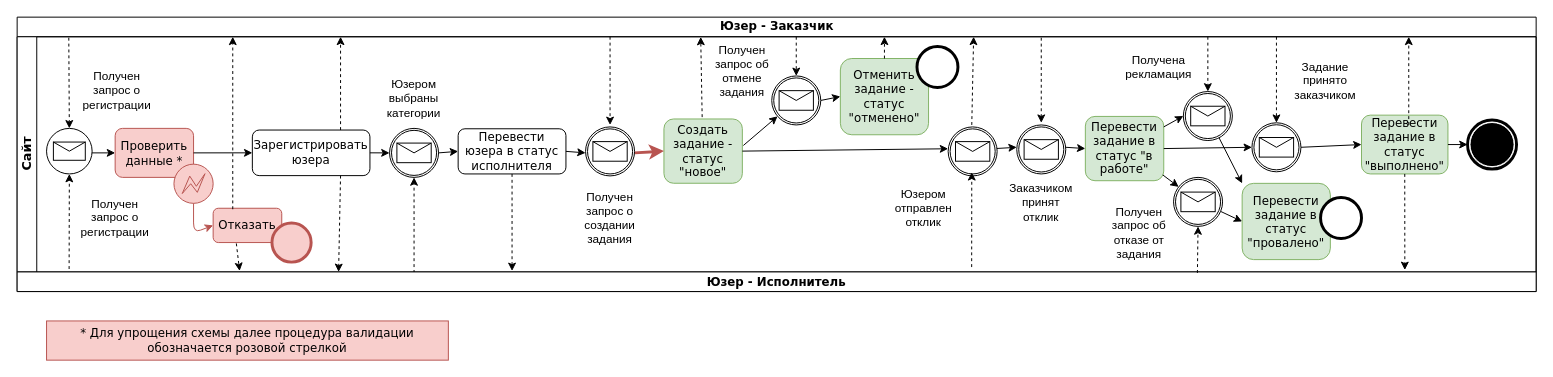
htmlacademy-yii/1820637-task-force-1 keeps this draw.io diagram as Untitled Diagram.drawio. Above is the earlier version. Source tidied: cells renumbered, new cells numbered last; positions are measured from the earlier drawing's top-left corner, leaving out a move shared by most shapes. Both pictures are drawn from the tidied source at 98%, with x=0, y=0 at pixel (17, 17).
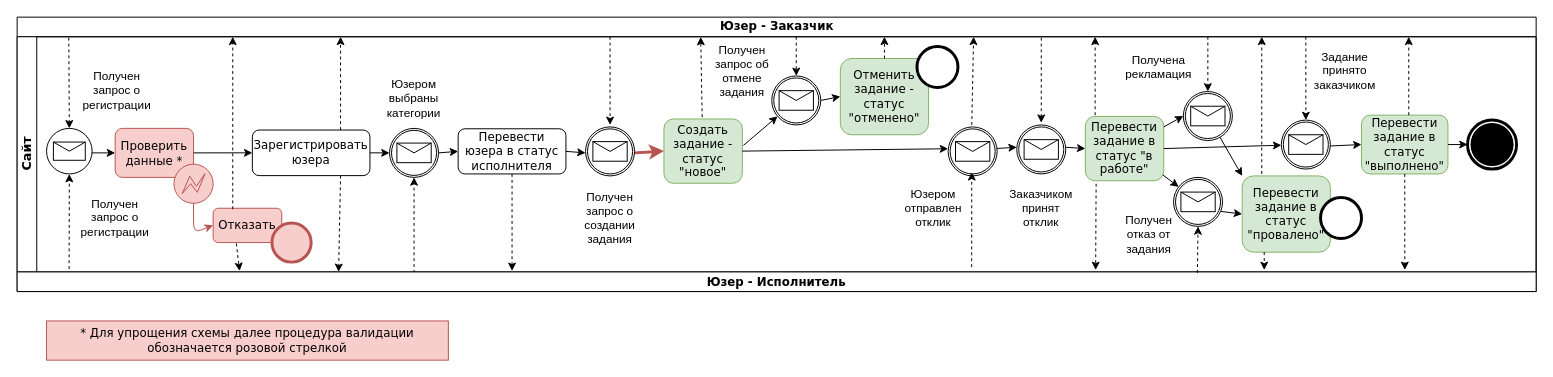
The same diagram, later.

Unchanged cells that the change refers to:
```xml
<mxCell id="2" value="&lt;font style=&quot;font-size: 12px&quot;&gt;Юзер - Заказчик&lt;/font&gt;" style="swimlane;html=1;horizontal=1;startSize=20;rounded=0;shadow=0;labelBackgroundColor=none;strokeWidth=1;fontFamily=Verdana;fontSize=12;align=center;" parent="1" vertex="1">
  <mxGeometry width="1550" height="280" as="geometry" />
</mxCell>
<mxCell id="6" value="&lt;div style=&quot;font-size: 13px&quot;&gt;&lt;font face=&quot;Verdana&quot;&gt;Сайт&lt;/font&gt;&lt;/div&gt;" style="swimlane;html=1;startSize=20;horizontal=0;fontSize=13;" parent="2" vertex="1">
  <mxGeometry y="20" width="1550" height="240" as="geometry" />
</mxCell>
<mxCell id="30" value="Перевести задание в статус &quot;в работе&quot;" style="rounded=1;whiteSpace=wrap;html=1;shadow=0;labelBackgroundColor=none;strokeWidth=1;fontFamily=Verdana;fontSize=12;align=center;fillColor=#d5e8d4;strokeColor=#82b366;" parent="6" vertex="1">
  <mxGeometry x="1090" y="81.3" width="80" height="65.6" as="geometry" />
</mxCell>
<mxCell id="58" value="Юзер - Исполнитель" style="swimlane;fontSize=12;startSize=23;fontFamily=Verdana;" parent="2" vertex="1">
  <mxGeometry y="260" width="1550" height="20" as="geometry" />
</mxCell>
```

Diff of the diagram source:
```diff
@@
     <mxCell id="26" value="Юзером отправлен отклик" style="text;html=1;strokeColor=none;fillColor=none;align=center;verticalAlign=middle;whiteSpace=wrap;rounded=0;fontSize=12;" parent="6" vertex="1">
-      <mxGeometry x="900" y="149.6" width="50" height="50" as="geometry" />
+      <mxGeometry x="910" y="149.6" width="50" height="50" as="geometry" />
     </mxCell>
@@
     <mxCell id="29" value="Заказчиком принят отклик" style="text;html=1;strokeColor=none;fillColor=none;align=center;verticalAlign=middle;whiteSpace=wrap;rounded=0;fontSize=12;" parent="6" vertex="1">
-      <mxGeometry x="1020" y="143.5" width="50" height="50" as="geometry" />
+      <mxGeometry x="1020" y="149.6" width="50" height="50" as="geometry" />
     </mxCell>
@@
-    <mxCell id="37" value="Получен запрос об отказе от задания" style="text;html=1;strokeColor=none;fillColor=none;align=center;verticalAlign=middle;whiteSpace=wrap;rounded=0;fontSize=12;" parent="6" vertex="1">
-      <mxGeometry x="1110" y="175" width="70" height="50" as="geometry" />
+    <mxCell id="37" value="Получен отказ от задания" style="text;html=1;strokeColor=none;fillColor=none;align=center;verticalAlign=middle;whiteSpace=wrap;rounded=0;fontSize=12;" parent="6" vertex="1">
+      <mxGeometry x="1120" y="177.4" width="70" height="50" as="geometry" />
     </mxCell>
     <mxCell id="38" value="Перевести задание в статус &quot;провалено&quot;" style="rounded=1;whiteSpace=wrap;html=1;shadow=0;labelBackgroundColor=none;strokeWidth=1;fontFamily=Verdana;fontSize=12;align=center;fillColor=#d5e8d4;strokeColor=#82b366;" parent="6" vertex="1">
-      <mxGeometry x="1250" y="149.6" width="90" height="77.8" as="geometry" />
+      <mxGeometry x="1250" y="142" width="90" height="77.8" as="geometry" />
     </mxCell>
@@
-    <mxCell id="44" style="endArrow=classic;html=1;fontSize=12;exitX=1;exitY=0.5;exitDx=0;exitDy=0;entryX=0;entryY=0.5;entryDx=0;entryDy=0;entryPerimeter=0;" parent="6" edge="1" source="30">
-      <mxGeometry relative="1" as="geometry">
-        <mxPoint x="1260" y="112.8" as="targetPoint" />
-      </mxGeometry>
+    <mxCell id="44" style="endArrow=classic;html=1;fontSize=12;exitX=1;exitY=0.5;exitDx=0;exitDy=0;" parent="6" edge="1" source="30" target="56">
+      <mxGeometry relative="1" as="geometry" />
     </mxCell>
     <mxCell id="45" value="Задание принято заказчиком" style="text;html=1;strokeColor=none;fillColor=none;align=center;verticalAlign=middle;whiteSpace=wrap;rounded=0;fontSize=12;" parent="6" vertex="1">
-      <mxGeometry x="1300" y="20" width="70" height="50" as="geometry" />
+      <mxGeometry x="1320" y="10" width="70" height="50" as="geometry" />
     </mxCell>
@@
     <mxCell id="56" style="points=[[0.145,0.145,0],[0.5,0,0],[0.855,0.145,0],[1,0.5,0],[0.855,0.855,0],[0.5,1,0],[0.145,0.855,0],[0,0.5,0]];shape=mxgraph.bpmn.event;html=1;verticalLabelPosition=bottom;labelBackgroundColor=#ffffff;verticalAlign=top;align=center;perimeter=ellipsePerimeter;outlineConnect=0;outline=catching;symbol=message;" parent="6" vertex="1">
-      <mxGeometry x="1260" y="87.8" width="50" height="50" as="geometry" />
+      <mxGeometry x="1290" y="85" width="50" height="50" as="geometry" />
     </mxCell>
@@
+    <mxCell id="78" style="endArrow=classic;html=1;dashed=1;fontSize=12;entryX=0.821;entryY=-0.1;entryDx=0;entryDy=0;entryPerimeter=0;exitX=0.25;exitY=1;exitDx=0;exitDy=0;" parent="2" edge="1" source="38" target="58">
+      <mxGeometry relative="1" as="geometry" />
+    </mxCell>
@@
-    <mxCell id="75" style="endArrow=classic;html=1;dashed=1;fontSize=12;entryX=0.5;entryY=0;entryDx=0;entryDy=0;entryPerimeter=0;" parent="1" edge="1">
+    <mxCell id="75" style="endArrow=classic;html=1;dashed=1;fontSize=12;entryX=0.5;entryY=0;entryDx=0;entryDy=0;entryPerimeter=0;" parent="1" edge="1" target="56">
       <mxGeometry relative="1" as="geometry">
-        <mxPoint x="1285" y="20" as="sourcePoint" />
-        <mxPoint x="1285" y="107.8" as="targetPoint" />
+        <mxPoint x="1315" y="20" as="sourcePoint" />
       </mxGeometry>
     </mxCell>
     <mxCell id="76" style="endArrow=classic;html=1;dashed=1;fontSize=12;" parent="1" edge="1">
       <mxGeometry relative="1" as="geometry">
-        <mxPoint x="1420" y="110" as="sourcePoint" />
+        <mxPoint x="1420" y="100" as="sourcePoint" />
         <mxPoint x="1420" y="20" as="targetPoint" />
       </mxGeometry>
     </mxCell>
@@
+    <mxCell id="79" style="endArrow=classic;html=1;dashed=1;fontSize=12;" parent="1" edge="1">
+      <mxGeometry relative="1" as="geometry">
+        <mxPoint x="1100" y="100" as="sourcePoint" />
+        <mxPoint x="1100" y="20" as="targetPoint" />
+      </mxGeometry>
+    </mxCell>
+    <mxCell id="80" style="endArrow=classic;html=1;dashed=1;fontSize=12;entryX=0.71;entryY=-0.1;entryDx=0;entryDy=0;entryPerimeter=0;" parent="1" edge="1" target="58">
+      <mxGeometry relative="1" as="geometry">
+        <mxPoint x="1101" y="170" as="sourcePoint" />
+      </mxGeometry>
+    </mxCell>
+    <mxCell id="81" style="endArrow=classic;html=1;dashed=1;fontSize=12;" parent="1" edge="1">
+      <mxGeometry relative="1" as="geometry">
+        <mxPoint x="1270" y="160" as="sourcePoint" />
+        <mxPoint x="1270" y="20" as="targetPoint" />
+      </mxGeometry>
+    </mxCell>
```
